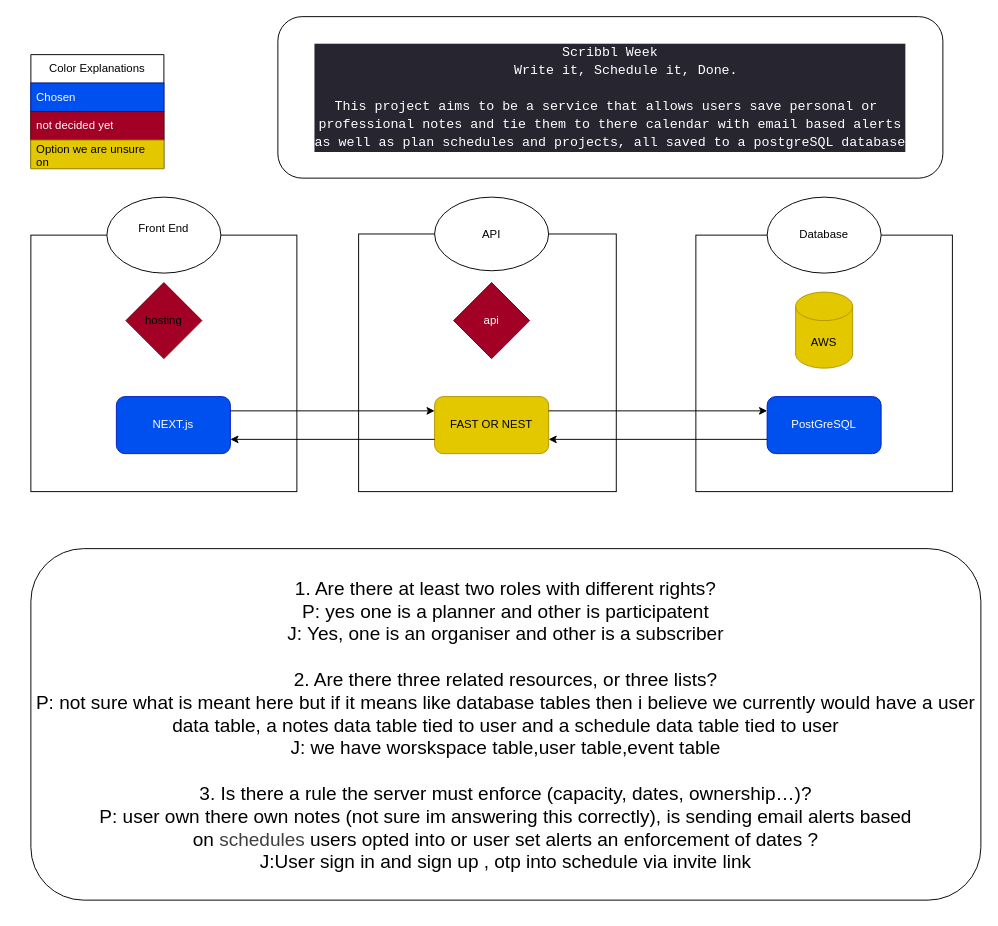
This is Scribbl.drawio from j12Ch05/Scribbl, a draw.io file, before an edit. Source tidied: cells renumbered, new cells numbered last; positions are measured from the earlier drawing's top-left corner, leaving out a move shared by most shapes. Both pictures are drawn from the tidied source at 95%, with x=0, y=0 at pixel (30, 16).
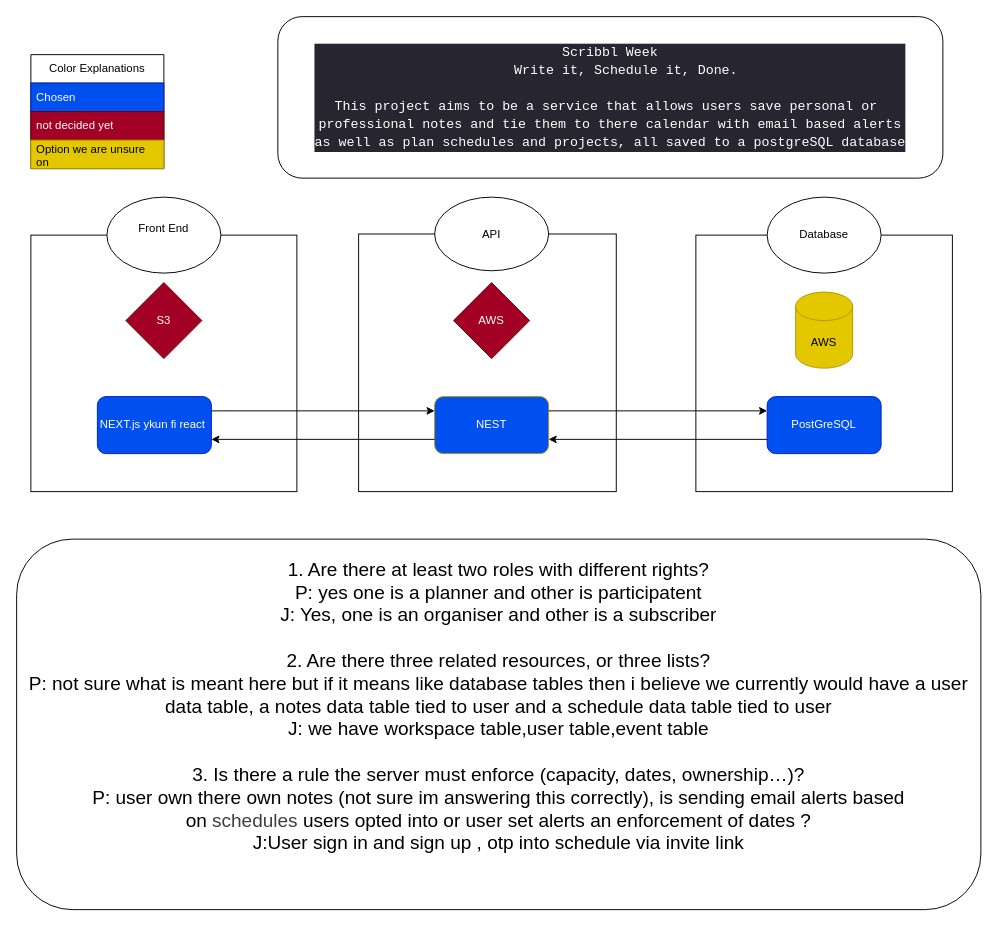
After the change.

Commit message (it also covers changes not shown here):
After showing rony

Unchanged cells that the change refers to:
```xml
<mxCell id="6" style="group;" parent="2" vertex="1">
  <mxGeometry x="700" width="270" height="310" as="geometry" />
</mxCell>
<mxCell id="12" style="group;" parent="2" vertex="1">
  <mxGeometry x="345" width="280" height="310" as="geometry" />
</mxCell>
```

Change to the diagram source:
```diff
@@
-    <mxCell id="2" style="group;fontColor=#F5F5F9;fontStyle=0;" parent="1" vertex="1">
+    <mxCell id="2" style="group;fontColor=#FFFFF;fontStyle=0;" parent="1" vertex="1">
       <mxGeometry y="190" width="970" height="310" as="geometry" />
     </mxCell>
@@
-    <mxCell id="5" value="&lt;span style=&quot;color: light-dark(rgb(0, 0, 0), rgb(250, 250, 250));&quot;&gt;hosting&lt;/span&gt;" style="rhombus;whiteSpace=wrap;html=1;shapeInside=1;fillColor=#a20025;fontColor=#ffffff;strokeColor=#6F0000;" parent="2" vertex="1">
+    <mxCell id="5" value="S3" style="rhombus;whiteSpace=wrap;html=1;shapeInside=1;fillColor=#a20025;fontColor=#ffffff;strokeColor=#6F0000;" parent="2" vertex="1">
       <mxGeometry x="100" y="90" width="80" height="80" as="geometry" />
     </mxCell>
@@
-    <mxCell id="10" value="NEXT.js" style="rounded=1;whiteSpace=wrap;html=1;roundedPerimeter=1;fillColor=#0050ef;fontColor=#ffffff;strokeColor=#001DBC;" parent="6" vertex="1">
-      <mxGeometry x="-610" y="210" width="120" height="60" as="geometry" />
-    </mxCell>
@@
-    <mxCell id="15" value="api" style="rhombus;whiteSpace=wrap;html=1;shapeInside=1;fillColor=#a20025;strokeColor=#6F0000;fontColor=#ffffff;align=center;" parent="12" vertex="1">
+    <mxCell id="15" value="AWS" style="rhombus;whiteSpace=wrap;html=1;shapeInside=1;fillColor=#a20025;strokeColor=#6F0000;fontColor=#ffffff;align=center;" parent="12" vertex="1">
       <mxGeometry x="100" y="90" width="80" height="80" as="geometry" />
     </mxCell>
-    <mxCell id="16" value="FAST OR NEST" style="rounded=1;whiteSpace=wrap;html=1;roundedPerimeter=1;fillColor=#e3c800;fontColor=#000000;strokeColor=#B09500;" parent="12" vertex="1">
+    <mxCell id="16" value="&lt;span style=&quot;color: rgb(255, 255, 255);&quot;&gt;NEST&lt;/span&gt;" style="rounded=1;whiteSpace=wrap;html=1;roundedPerimeter=1;fillColor=#0050ef;fontColor=#000000;strokeColor=#B09500;" parent="12" vertex="1">
       <mxGeometry x="80" y="210" width="120" height="60" as="geometry" />
     </mxCell>
@@
+    <mxCell id="10" value="NEXT.js ykun fi react&amp;nbsp;" style="rounded=1;whiteSpace=wrap;html=1;roundedPerimeter=1;fillColor=#0050ef;fontColor=#ffffff;strokeColor=#001DBC;" parent="2" vertex="1">
+      <mxGeometry x="70" y="210" width="120" height="60" as="geometry" />
+    </mxCell>
@@
-    <mxCell id="26" value="&lt;font style=&quot;font-size: 20px;&quot;&gt;1. Are there at least two roles with different rights? &lt;br&gt;P: yes one is a planner and other is participatent&lt;/font&gt;&lt;div&gt;&lt;font style=&quot;font-size: 20px;&quot;&gt;J: Yes, one is an organiser and other is a subscriber&lt;/font&gt;&lt;/div&gt;&lt;div&gt;&lt;font style=&quot;font-size: 20px;&quot;&gt;&lt;br&gt;2. Are there three related resources, or three lists? &lt;br&gt;P: not sure what is meant here but if it means like database tables then i believe we currently would have a user data table, a notes data table tied to user and a schedule data table tied to user&lt;/font&gt;&lt;/div&gt;&lt;div&gt;&lt;font style=&quot;font-size: 20px;&quot;&gt;J: we have worskspace table,user table,event table&lt;br&gt;&lt;br&gt;3. Is there a rule the server must enforce (capacity, dates, ownership…)?&lt;br&gt;P: user own there own notes (not sure im answering this correctly), is sending email alerts based on&amp;nbsp;&lt;span style=&quot;color: rgb(63, 63, 63);&quot;&gt;schedules&lt;/span&gt;&amp;nbsp;users opted into or user set alerts an enforcement of dates ?&lt;/font&gt;&lt;/div&gt;&lt;div&gt;&lt;font style=&quot;font-size: 20px;&quot;&gt;J:User sign in and sign up , otp into schedule via invite link&lt;/font&gt;&lt;/div&gt;" style="rounded=1;whiteSpace=wrap;html=1;roundedPerimeter=1;" parent="1" vertex="1">
-      <mxGeometry y="560" width="1000" height="370" as="geometry" />
+    <mxCell id="26" value="&lt;font style=&quot;font-size: 20px;&quot;&gt;1. Are there at least two roles with different rights? &lt;br&gt;P: yes one is a planner and other is participatent&lt;/font&gt;&lt;div&gt;&lt;font style=&quot;font-size: 20px;&quot;&gt;J: Yes, one is an organiser and other is a subscriber&lt;/font&gt;&lt;/div&gt;&lt;div&gt;&lt;font style=&quot;font-size: 20px;&quot;&gt;&lt;br&gt;2. Are there three related resources, or three lists? &lt;br&gt;P: not sure what is meant here but if it means like database tables then i believe we currently would have a user data table, a notes data table tied to user and a schedule data table tied to user&lt;/font&gt;&lt;/div&gt;&lt;div&gt;&lt;font style=&quot;font-size: 20px;&quot;&gt;J: we have workspace table,user table,event table&lt;br&gt;&lt;br&gt;3. Is there a rule the server must enforce (capacity, dates, ownership…)?&lt;br&gt;P: user own there own notes (not sure im answering this correctly), is sending email alerts based on&amp;nbsp;&lt;span style=&quot;color: rgb(63, 63, 63);&quot;&gt;schedules&lt;/span&gt;&amp;nbsp;users opted into or user set alerts an enforcement of dates ?&lt;/font&gt;&lt;/div&gt;&lt;div&gt;&lt;font style=&quot;font-size: 20px;&quot;&gt;J:User sign in and sign up , otp into schedule via invite link&lt;/font&gt;&lt;/div&gt;&lt;div&gt;&lt;font style=&quot;font-size: 20px;&quot;&gt;&lt;br&gt;&lt;/font&gt;&lt;/div&gt;&lt;div&gt;&lt;br&gt;&lt;/div&gt;" style="rounded=1;whiteSpace=wrap;html=1;roundedPerimeter=1;" parent="1" vertex="1">
+      <mxGeometry x="-15" y="550" width="1015" height="390" as="geometry" />
     </mxCell>
```
